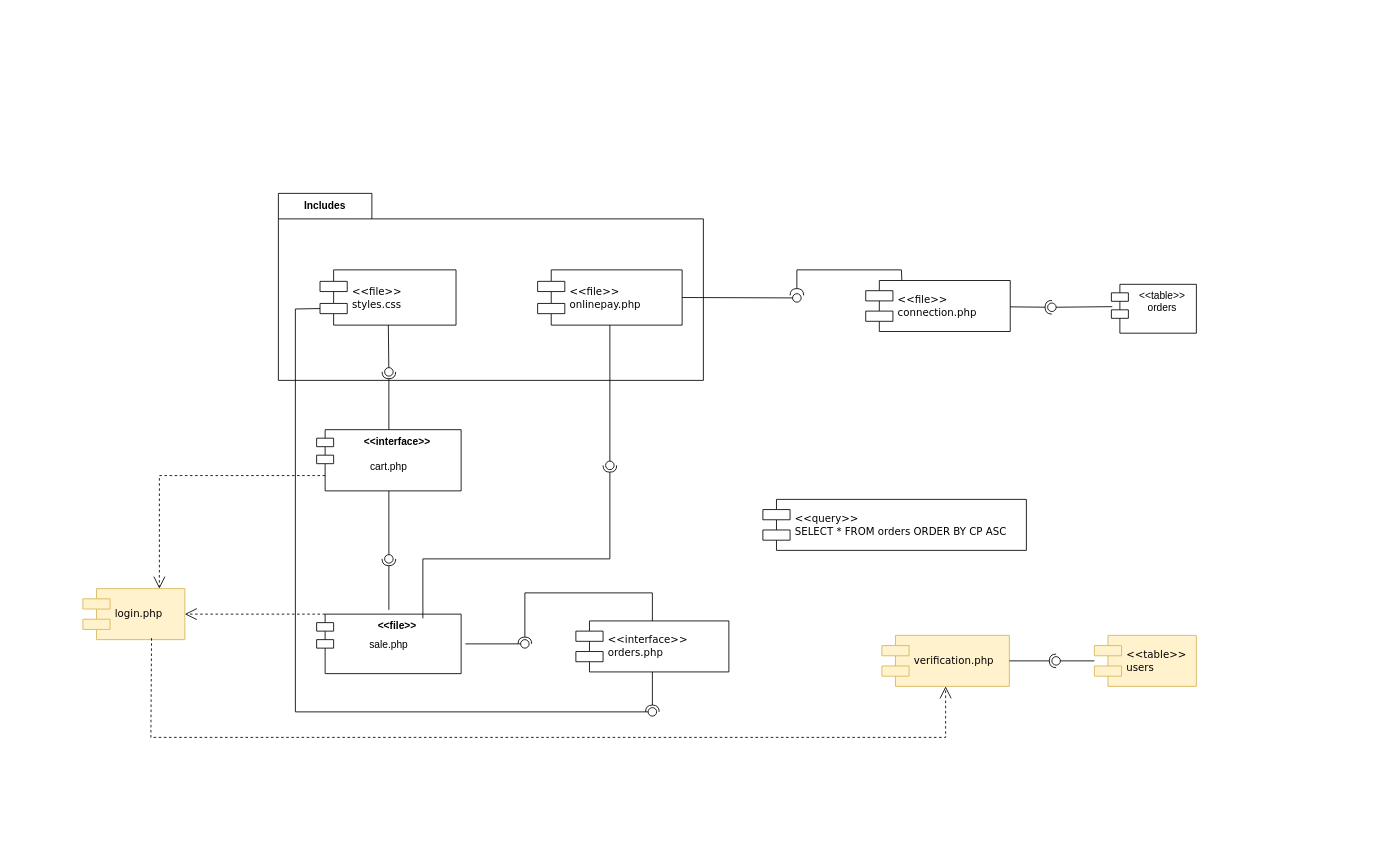
Before: Diagramas/DiagramaComponentesCDua.drawio in JorgeADnro/Torres, a draw.io diagram. Source tidied: cells renumbered, new cells numbered last; positions are measured from the earlier drawing's top-left corner, leaving out a move shared by most shapes. Both pictures are drawn from the tidied source at 85%, with x=0, y=0 at pixel (82, 193).
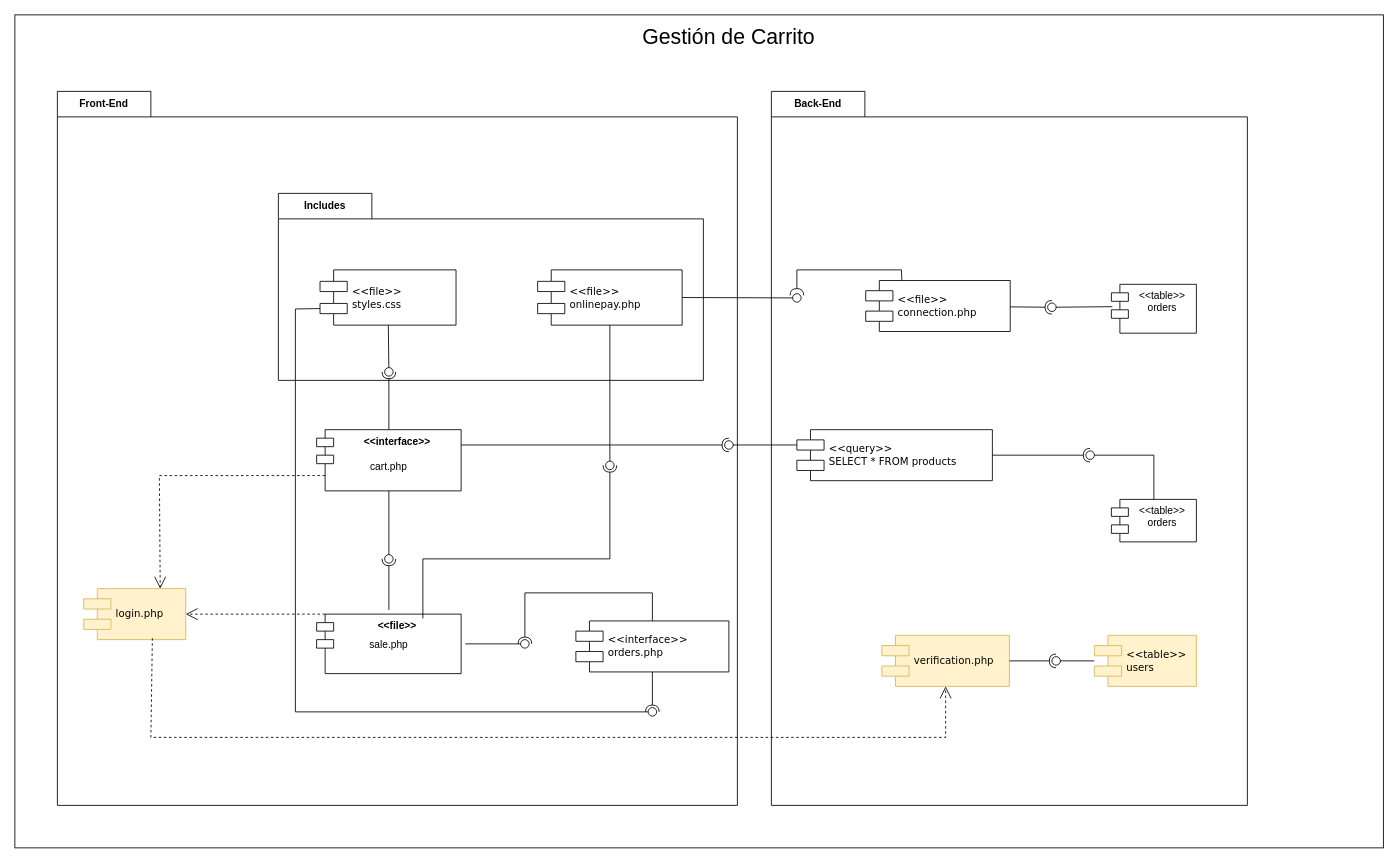
After the change.

The change refers to these unchanged cells:
```xml
<mxCell id="3" value="&amp;lt;&amp;lt;interface&amp;gt;&amp;gt;" style="shape=module;align=left;spacingLeft=20;align=center;verticalAlign=top;whiteSpace=wrap;html=1;fontStyle=1;" parent="1" vertex="1">
  <mxGeometry x="275" y="278" width="170" height="72" as="geometry" />
</mxCell>
```

Diff of the diagram source:
```diff
@@
+    <mxCell id="39" style="rounded=0;whiteSpace=wrap;html=1;" parent="1" vertex="1">
+      <mxGeometry x="-80" y="-210" width="1610" height="980" as="geometry" />
+    </mxCell>
+    <mxCell id="40" value="Front-End" style="shape=folder;fontStyle=1;tabWidth=110;tabHeight=30;tabPosition=left;html=1;boundedLbl=1;labelInHeader=1;whiteSpace=wrap;" parent="1" vertex="1">
+      <mxGeometry x="-30" y="-120" width="800" height="840" as="geometry" />
+    </mxCell>
+    <mxCell id="41" value="Back-End" style="shape=folder;fontStyle=1;tabWidth=110;tabHeight=30;tabPosition=left;html=1;boundedLbl=1;labelInHeader=1;whiteSpace=wrap;" parent="1" vertex="1">
+      <mxGeometry x="810" y="-120" width="560" height="840" as="geometry" />
+    </mxCell>
@@
     <mxCell id="23" value="login.php" style="shape=component;align=left;spacingLeft=36;rounded=0;shadow=0;comic=0;labelBackgroundColor=none;strokeWidth=1;fontFamily=Verdana;fontSize=12;html=1;fillColor=#fff2cc;strokeColor=#d6b656;" parent="1" vertex="1">
-      <mxGeometry y="465" width="120" height="60" as="geometry" />
+      <mxGeometry x="1" y="465" width="120" height="60" as="geometry" />
     </mxCell>
@@
-    <mxCell id="38" value="&amp;lt;&amp;lt;query&amp;gt;&amp;gt;&lt;br&gt;SELECT * FROM orders ORDER BY CP ASC" style="shape=component;align=left;spacingLeft=36;rounded=0;shadow=0;comic=0;labelBackgroundColor=none;strokeWidth=1;fontFamily=Verdana;fontSize=12;html=1;" parent="1" vertex="1">
-      <mxGeometry x="800" y="360" width="310" height="60" as="geometry" />
+    <mxCell id="38" value="&amp;lt;&amp;lt;query&amp;gt;&amp;gt;&lt;br&gt;SELECT * FROM products" style="shape=component;align=left;spacingLeft=36;rounded=0;shadow=0;comic=0;labelBackgroundColor=none;strokeWidth=1;fontFamily=Verdana;fontSize=12;html=1;" parent="1" vertex="1">
+      <mxGeometry x="840" y="278" width="230" height="60" as="geometry" />
     </mxCell>
+    <mxCell id="42" style="rounded=0;jettySize=auto;html=1;endArrow=oval;endFill=0;sketch=0;sourcePerimeterSpacing=0;targetPerimeterSpacing=0;endSize=10;exitX=0;exitY=0.3;exitDx=0;exitDy=0;" parent="1" edge="1" source="38">
+      <mxGeometry relative="1" as="geometry">
+        <mxPoint x="760" y="296" as="targetPoint" />
+      </mxGeometry>
+    </mxCell>
+    <mxCell id="43" style="rounded=0;jettySize=auto;html=1;endArrow=halfCircle;endFill=0;endSize=6;strokeWidth=1;sketch=0;exitX=1;exitY=0.25;exitDx=0;exitDy=0;" parent="1" edge="1" source="3">
+      <mxGeometry relative="1" as="geometry">
+        <mxPoint x="760" y="296" as="targetPoint" />
+      </mxGeometry>
+    </mxCell>
+    <mxCell id="44" value="&amp;lt;&amp;lt;table&amp;gt;&amp;gt;&lt;br&gt;orders" style="shape=module;align=left;spacingLeft=20;align=center;verticalAlign=top;whiteSpace=wrap;html=1;" parent="1" vertex="1">
+      <mxGeometry x="1210" y="360" width="100" height="50" as="geometry" />
+    </mxCell>
+    <mxCell id="45" style="rounded=0;jettySize=auto;html=1;endArrow=halfCircle;endFill=0;endSize=6;strokeWidth=1;sketch=0;exitX=1;exitY=0.5;exitDx=0;exitDy=0;" parent="1" edge="1" source="38" target="46">
+      <mxGeometry relative="1" as="geometry" />
+    </mxCell>
+    <mxCell id="46" style="ellipse;whiteSpace=wrap;html=1;align=center;fillColor=none;strokeColor=none;perimeter=centerPerimeter;points=[];outlineConnect=1;" parent="1" vertex="1">
+      <mxGeometry x="1180" y="303" width="10" height="10" as="geometry" />
+    </mxCell>
+    <mxCell id="47" style="rounded=0;jettySize=auto;html=1;endArrow=oval;endFill=0;sketch=0;sourcePerimeterSpacing=0;targetPerimeterSpacing=0;endSize=10;entryX=1.043;entryY=0.309;entryDx=0;entryDy=0;entryPerimeter=0;exitX=0.5;exitY=0;exitDx=0;exitDy=0;" parent="1" edge="1" source="44" target="46">
+      <mxGeometry relative="1" as="geometry">
+        <Array as="points">
+          <mxPoint x="1260" y="308" />
+        </Array>
+      </mxGeometry>
+    </mxCell>
+    <mxCell id="48" value="&lt;font style=&quot;font-size: 25px;&quot;&gt;Gestión de Carrito&lt;/font&gt;" style="text;strokeColor=none;align=center;fillColor=none;html=1;verticalAlign=middle;whiteSpace=wrap;rounded=0;" parent="1" vertex="1">
+      <mxGeometry x="600" y="-210" width="320" height="50" as="geometry" />
+    </mxCell>
```
